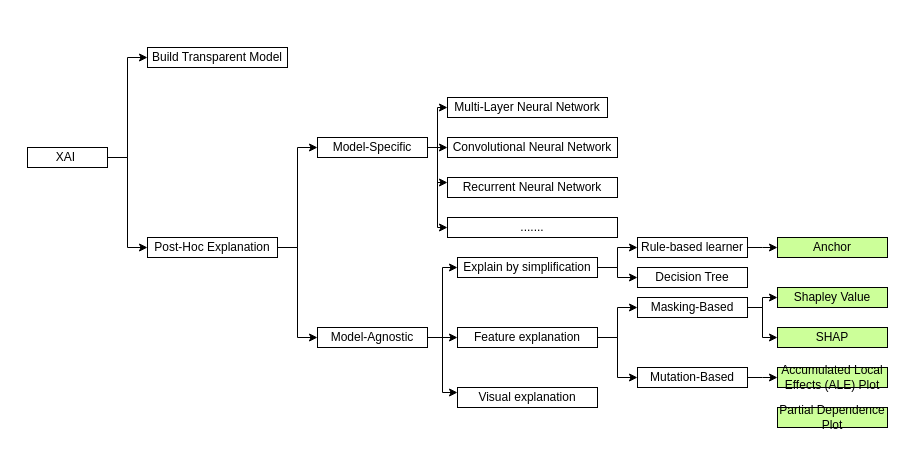
Earlier version of the draw.io diagram XAI Taxonomy Tree.drawio (ZeruiW/XAI-Taxonomy). Source tidied: cells renumbered, new cells numbered last; positions are measured from the earlier drawing's top-left corner, leaving out a move shared by most shapes. Both pictures are drawn from the tidied source at 100%, with x=0, y=0 at pixel (27, 47).
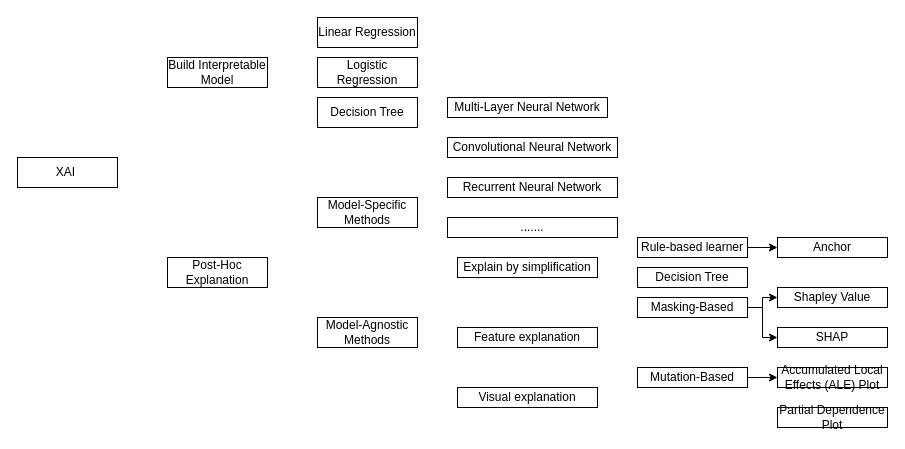
Above is the later version.

Unchanged cells that the change refers to:
```xml
<mxCell id="12" value="Explain by simplification" style="rounded=0;whiteSpace=wrap;html=1;" parent="1" vertex="1">
  <mxGeometry x="430" y="210" width="140" height="20" as="geometry" />
</mxCell>
<mxCell id="13" value="Feature explanation" style="rounded=0;whiteSpace=wrap;html=1;" parent="1" vertex="1">
  <mxGeometry x="430" y="280" width="140" height="20" as="geometry" />
</mxCell>
<mxCell id="14" value="Visual explanation" style="rounded=0;whiteSpace=wrap;html=1;" parent="1" vertex="1">
  <mxGeometry x="430" y="340" width="140" height="20" as="geometry" />
</mxCell>
<mxCell id="16" value="Masking-Based" style="rounded=0;whiteSpace=wrap;html=1;" parent="1" vertex="1">
  <mxGeometry x="610" y="250" width="110" height="20" as="geometry" />
</mxCell>
<mxCell id="17" value="Mutation-Based" style="rounded=0;whiteSpace=wrap;html=1;" parent="1" vertex="1">
  <mxGeometry x="610" y="320" width="110" height="20" as="geometry" />
</mxCell>
<mxCell id="22" value="Multi-Layer Neural Network" style="rounded=0;whiteSpace=wrap;html=1;" parent="1" vertex="1">
  <mxGeometry x="420" y="50" width="160" height="20" as="geometry" />
</mxCell>
<mxCell id="23" value="Convolutional Neural Network" style="rounded=0;whiteSpace=wrap;html=1;" parent="1" vertex="1">
  <mxGeometry x="420" y="90" width="170" height="20" as="geometry" />
</mxCell>
<mxCell id="24" value="Recurrent Neural Network" style="rounded=0;whiteSpace=wrap;html=1;" parent="1" vertex="1">
  <mxGeometry x="420" y="130" width="170" height="20" as="geometry" />
</mxCell>
<mxCell id="34" value="Rule-based learner" style="rounded=0;whiteSpace=wrap;html=1;" parent="1" vertex="1">
  <mxGeometry x="610" y="190" width="110" height="20" as="geometry" />
</mxCell>
<mxCell id="35" value="Decision Tree" style="rounded=0;whiteSpace=wrap;html=1;" parent="1" vertex="1">
  <mxGeometry x="610" y="220" width="110" height="20" as="geometry" />
</mxCell>
```

Change to the diagram source:
```diff
@@
     <mxCell id="2" value="XAI&amp;nbsp;" style="rounded=0;whiteSpace=wrap;html=1;" parent="1" vertex="1">
-      <mxGeometry y="100" width="80" height="20" as="geometry" />
+      <mxGeometry x="-10" y="110" width="100" height="30" as="geometry" />
     </mxCell>
     <mxCell id="3" value="Post-Hoc Explanation" style="rounded=0;whiteSpace=wrap;html=1;" parent="1" vertex="1">
-      <mxGeometry x="120" y="190" width="130" height="20" as="geometry" />
+      <mxGeometry x="140" y="210" width="100" height="30" as="geometry" />
     </mxCell>
-    <mxCell id="4" value="Model-Specific" style="rounded=0;whiteSpace=wrap;html=1;" parent="1" vertex="1">
-      <mxGeometry x="290" y="90" width="110" height="20" as="geometry" />
+    <mxCell id="4" value="Model-Specific Methods" style="rounded=0;whiteSpace=wrap;html=1;" parent="1" vertex="1">
+      <mxGeometry x="290" y="150" width="100" height="30" as="geometry" />
     </mxCell>
-    <mxCell id="5" value="Build Transparent Model" style="rounded=0;whiteSpace=wrap;html=1;" parent="1" vertex="1">
-      <mxGeometry x="120" width="140" height="20" as="geometry" />
+    <mxCell id="5" value="Build Interpretable Model" style="rounded=0;whiteSpace=wrap;html=1;" parent="1" vertex="1">
+      <mxGeometry x="140" y="10" width="100" height="30" as="geometry" />
     </mxCell>
-    <mxCell id="6" style="edgeStyle=elbowEdgeStyle;elbow=horizontal;endArrow=classic;html=1;rounded=0;entryX=0;entryY=0.5;entryDx=0;entryDy=0;exitX=1;exitY=0.5;exitDx=0;exitDy=0;" parent="1" edge="1" source="2" target="5">
-      <mxGeometry relative="1" as="geometry" />
-    </mxCell>
-    <mxCell id="7" style="edgeStyle=elbowEdgeStyle;elbow=horizontal;endArrow=classic;html=1;rounded=0;entryX=0;entryY=0.5;entryDx=0;entryDy=0;exitX=1;exitY=0.5;exitDx=0;exitDy=0;" parent="1" edge="1" source="2" target="3">
-      <mxGeometry relative="1" as="geometry" />
-    </mxCell>
-    <mxCell id="8" value="Model-Agnostic" style="rounded=0;whiteSpace=wrap;html=1;" parent="1" vertex="1">
-      <mxGeometry x="290" y="280" width="110" height="20" as="geometry" />
+    <mxCell id="8" value="Model-Agnostic Methods" style="rounded=0;whiteSpace=wrap;html=1;" parent="1" vertex="1">
+      <mxGeometry x="290" y="270" width="100" height="30" as="geometry" />
     </mxCell>
-    <mxCell id="9" style="edgeStyle=elbowEdgeStyle;elbow=horizontal;endArrow=classic;html=1;rounded=0;exitX=1;exitY=0.5;exitDx=0;exitDy=0;entryX=0;entryY=0.5;entryDx=0;entryDy=0;" parent="1" edge="1" source="3" target="4">
-      <mxGeometry relative="1" as="geometry" />
-    </mxCell>
-    <mxCell id="10" style="edgeStyle=elbowEdgeStyle;elbow=horizontal;endArrow=classic;html=1;rounded=0;entryX=0;entryY=0.5;entryDx=0;entryDy=0;" parent="1" edge="1" target="8">
-      <mxGeometry relative="1" as="geometry">
-        <mxPoint x="250" y="200" as="sourcePoint" />
-      </mxGeometry>
-    </mxCell>
-    <mxCell id="11" style="edgeStyle=orthogonalEdgeStyle;rounded=0;jettySize=auto;html=1;entryX=0;entryY=0.5;entryDx=0;entryDy=0;" parent="1" edge="1" source="12" target="34">
-      <mxGeometry relative="1" as="geometry" />
-    </mxCell>
@@
-    <mxCell id="15" style="edgeStyle=elbowEdgeStyle;elbow=horizontal;endArrow=classic;html=1;rounded=0;exitX=1;exitY=0.5;exitDx=0;exitDy=0;entryX=0;entryY=0.5;entryDx=0;entryDy=0;" parent="1" edge="1" source="13" target="16">
-      <mxGeometry relative="1" as="geometry" />
-    </mxCell>
@@
-    <mxCell id="18" style="edgeStyle=elbowEdgeStyle;elbow=horizontal;endArrow=classic;html=1;rounded=0;entryX=0;entryY=0.5;entryDx=0;entryDy=0;exitX=1;exitY=0.5;exitDx=0;exitDy=0;" parent="1" edge="1" source="13" target="17">
-      <mxGeometry relative="1" as="geometry" />
-    </mxCell>
-    <mxCell id="19" style="edgeStyle=elbowEdgeStyle;elbow=horizontal;endArrow=classic;html=1;rounded=0;entryX=0;entryY=0.25;entryDx=0;entryDy=0;" parent="1" edge="1" target="14">
-      <mxGeometry relative="1" as="geometry">
-        <mxPoint x="400" y="290" as="sourcePoint" />
-      </mxGeometry>
-    </mxCell>
-    <mxCell id="20" style="edgeStyle=elbowEdgeStyle;elbow=horizontal;endArrow=classic;html=1;rounded=0;entryX=0;entryY=0.5;entryDx=0;entryDy=0;exitX=1;exitY=0.5;exitDx=0;exitDy=0;" parent="1" edge="1" source="8" target="12">
-      <mxGeometry relative="1" as="geometry" />
-    </mxCell>
-    <mxCell id="21" style="edgeStyle=elbowEdgeStyle;elbow=horizontal;endArrow=classic;html=1;rounded=0;entryX=0;entryY=0.5;entryDx=0;entryDy=0;" parent="1" edge="1" target="13">
-      <mxGeometry relative="1" as="geometry">
-        <mxPoint x="400" y="290" as="sourcePoint" />
-      </mxGeometry>
-    </mxCell>
@@
-    <mxCell id="25" style="edgeStyle=elbowEdgeStyle;elbow=horizontal;endArrow=classic;html=1;rounded=0;entryX=0;entryY=0.5;entryDx=0;entryDy=0;exitX=1;exitY=0.5;exitDx=0;exitDy=0;" parent="1" edge="1" source="4" target="22">
-      <mxGeometry relative="1" as="geometry" />
-    </mxCell>
-    <mxCell id="26" style="edgeStyle=elbowEdgeStyle;elbow=horizontal;endArrow=classic;html=1;rounded=0;entryX=0;entryY=0.5;entryDx=0;entryDy=0;" parent="1" edge="1" target="23">
-      <mxGeometry relative="1" as="geometry">
-        <mxPoint x="400" y="100" as="sourcePoint" />
-      </mxGeometry>
-    </mxCell>
-    <mxCell id="27" style="edgeStyle=elbowEdgeStyle;elbow=horizontal;endArrow=classic;html=1;rounded=0;entryX=0;entryY=0.25;entryDx=0;entryDy=0;exitX=1;exitY=0.5;exitDx=0;exitDy=0;" parent="1" edge="1" source="4" target="24">
-      <mxGeometry relative="1" as="geometry" />
-    </mxCell>
-    <mxCell id="28" style="edgeStyle=elbowEdgeStyle;elbow=horizontal;endArrow=classic;html=1;rounded=0;exitX=1;exitY=0.5;exitDx=0;exitDy=0;" parent="1" edge="1" source="4">
-      <mxGeometry relative="1" as="geometry">
-        <mxPoint x="420" y="180" as="targetPoint" />
-      </mxGeometry>
-    </mxCell>
@@
-    <mxCell id="30" value="Anchor" style="rounded=0;whiteSpace=wrap;html=1;fillColor=#CCFF99;" parent="1" vertex="1">
+    <mxCell id="30" value="Anchor" style="rounded=0;whiteSpace=wrap;html=1;" parent="1" vertex="1">
       <mxGeometry x="750" y="190" width="110" height="20" as="geometry" />
     </mxCell>
-    <mxCell id="31" value="Shapley Value" style="rounded=0;whiteSpace=wrap;html=1;fillColor=#CCFF99;" parent="1" vertex="1">
+    <mxCell id="31" value="Shapley Value" style="rounded=0;whiteSpace=wrap;html=1;" parent="1" vertex="1">
       <mxGeometry x="750" y="240" width="110" height="20" as="geometry" />
     </mxCell>
-    <mxCell id="32" value="SHAP" style="rounded=0;whiteSpace=wrap;html=1;fillColor=#CCFF99;" parent="1" vertex="1">
+    <mxCell id="32" value="SHAP" style="rounded=0;whiteSpace=wrap;html=1;" parent="1" vertex="1">
       <mxGeometry x="750" y="280" width="110" height="20" as="geometry" />
     </mxCell>
-    <mxCell id="33" value="Accumulated Local Effects (ALE) Plot" style="rounded=0;whiteSpace=wrap;html=1;fillColor=#CCFF99;" parent="1" vertex="1">
+    <mxCell id="33" value="Accumulated Local Effects (ALE) Plot" style="rounded=0;whiteSpace=wrap;html=1;" parent="1" vertex="1">
       <mxGeometry x="750" y="320" width="110" height="20" as="geometry" />
     </mxCell>
@@
-    <mxCell id="36" style="edgeStyle=elbowEdgeStyle;elbow=horizontal;endArrow=classic;html=1;rounded=0;exitX=1;exitY=0.5;exitDx=0;exitDy=0;entryX=0;entryY=0.5;entryDx=0;entryDy=0;" parent="1" edge="1" source="12" target="35">
-      <mxGeometry relative="1" as="geometry" />
-    </mxCell>
@@
-    <mxCell id="41" value="Partial Dependence Plot" style="rounded=0;whiteSpace=wrap;html=1;fillColor=#CCFF99;" parent="1" vertex="1">
+    <mxCell id="41" value="Partial Dependence Plot" style="rounded=0;whiteSpace=wrap;html=1;" parent="1" vertex="1">
       <mxGeometry x="750" y="360" width="110" height="20" as="geometry" />
     </mxCell>
+    <mxCell id="42" value="Linear Regression" style="rounded=0;whiteSpace=wrap;html=1;" parent="1" vertex="1">
+      <mxGeometry x="290" y="-30" width="100" height="30" as="geometry" />
+    </mxCell>
+    <mxCell id="43" value="Decision Tree" style="rounded=0;whiteSpace=wrap;html=1;" parent="1" vertex="1">
+      <mxGeometry x="290" y="50" width="100" height="30" as="geometry" />
+    </mxCell>
+    <mxCell id="44" value="Logistic Regression" style="rounded=0;whiteSpace=wrap;html=1;" parent="1" vertex="1">
+      <mxGeometry x="290" y="10" width="100" height="30" as="geometry" />
+    </mxCell>
```
